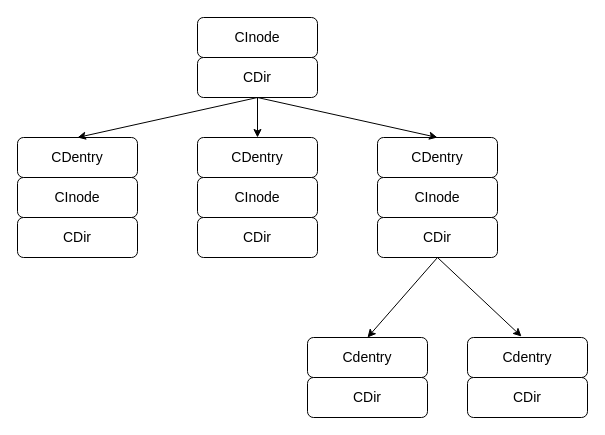
The draw.io diagram page "Page-2" (2 of 3) of Untitled Diagram.drawio in Zhongyl1994/Picture, before the edit. Source tidied: cells renumbered, new cells numbered last; positions are measured from the earlier drawing's top-left corner, leaving out a move shared by most shapes. Both pictures are drawn from the tidied source at 100%, with x=0, y=0 at pixel (17, 17).
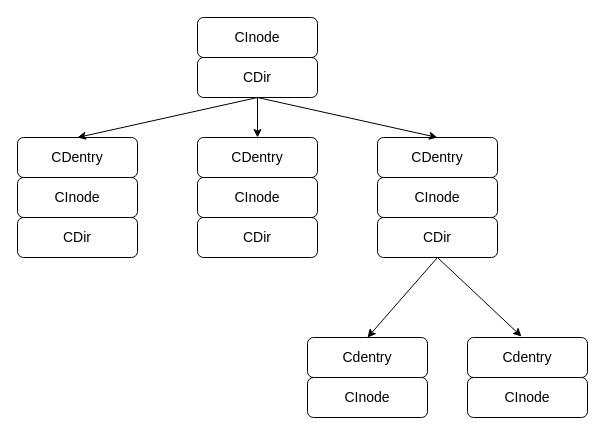
Above is the later version.

Commit message:
文件的数据管理.drawio

Diff of the diagram source:
```diff
@@
-    <mxCell id="17" value="CDir" style="rounded=1;whiteSpace=wrap;html=1;fontSize=14;" parent="1" vertex="1">
+    <mxCell id="17" value="CInode" style="rounded=1;whiteSpace=wrap;html=1;fontSize=14;" parent="1" vertex="1">
       <mxGeometry x="290" y="360" width="120" height="40" as="geometry" />
     </mxCell>
@@
-    <mxCell id="19" value="CDir" style="rounded=1;whiteSpace=wrap;html=1;fontSize=14;" parent="1" vertex="1">
+    <mxCell id="19" value="CInode" style="rounded=1;whiteSpace=wrap;html=1;fontSize=14;" parent="1" vertex="1">
       <mxGeometry x="450" y="360" width="120" height="40" as="geometry" />
     </mxCell>
```
